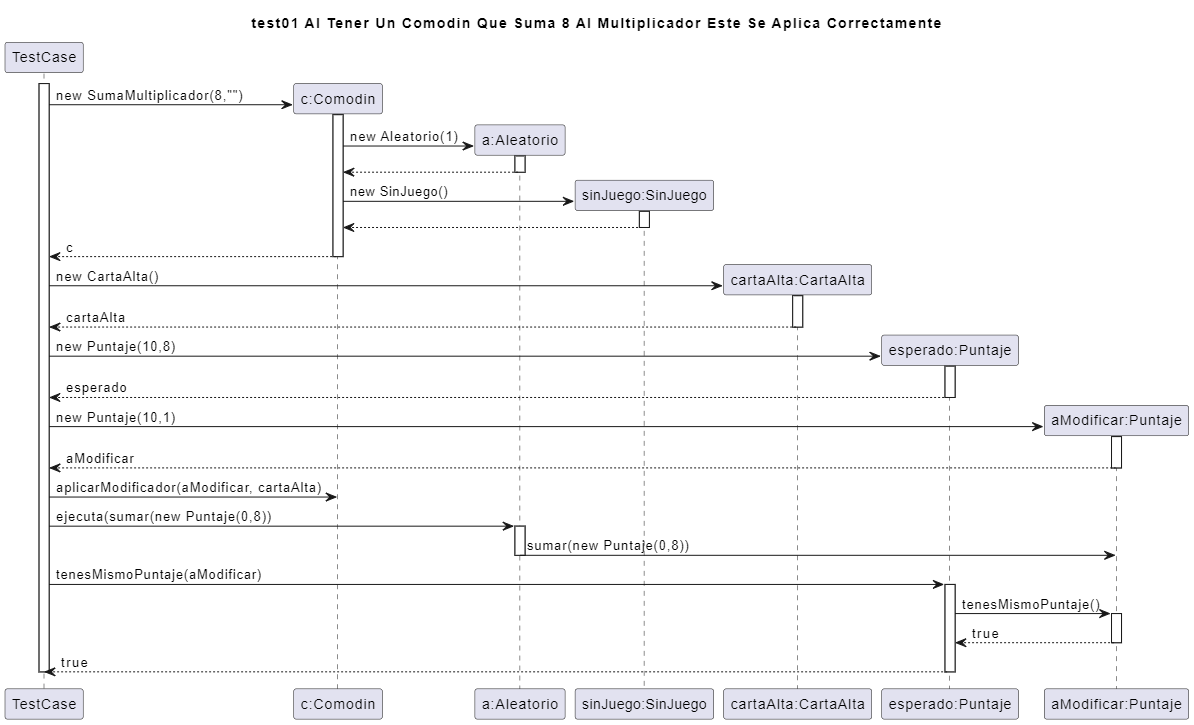
facukresta/g06-tp2-2c-2024 keeps this PlantUML diagram as diagrams/sequences/casoDeUso1.png. Above is the earlier version. Its source is kept beside it as diagrams/sequences/casoDeUso1.puml.
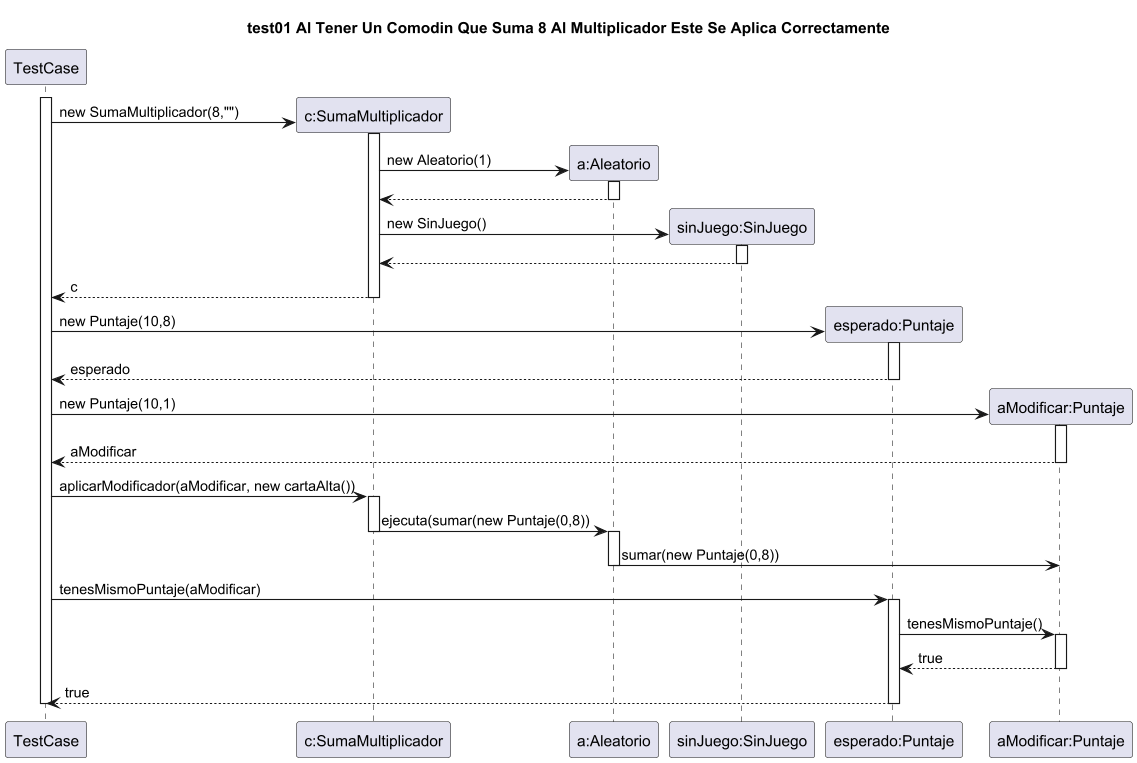
After the commit.

Diff of the diagram source:
```diff
@@ -2,7 +2,7 @@
 title "test01 Al Tener Un Comodin Que Suma 8 Al Multiplicador Este Se Aplica Correctamente"
 
 activate TestCase
-TestCase -> "c:Comodin" as comodin **: new SumaMultiplicador(8,"")
+TestCase -> "c:SumaMultiplicador" as comodin **: new SumaMultiplicador(8,"")
 
 activate comodin
 
@@ -16,12 +16,6 @@
 deactivate sinJuego
 TestCase <-- comodin : c
 deactivate comodin
-TestCase -> "cartaAlta:CartaAlta" as cartaAlta ** :new CartaAlta()
-activate cartaAlta
-TestCase <-- cartaAlta :cartaAlta
-deactivate cartaAlta
-
-
 
 TestCase -> "esperado:Puntaje" as esperado **: new Puntaje(10,8)
 activate esperado
@@ -32,10 +26,13 @@
 TestCase <-- aModificar :aModificar
 deactivate aModificar
 
-TestCase -> comodin : aplicarModificador(aModificar, cartaAlta)
-TestCase -> aleatorio : ejecuta(sumar(new Puntaje(0,8))
+TestCase -> comodin : aplicarModificador(aModificar, new cartaAlta())
+activate comodin
+comodin -> aleatorio : ejecuta(sumar(new Puntaje(0,8))
+deactivate comodin
 activate aleatorio
 aleatorio -> aModificar : sumar(new Puntaje(0,8))
+
 deactivate aleatorio
 
 TestCase -> esperado: tenesMismoPuntaje(aModificar)
```
